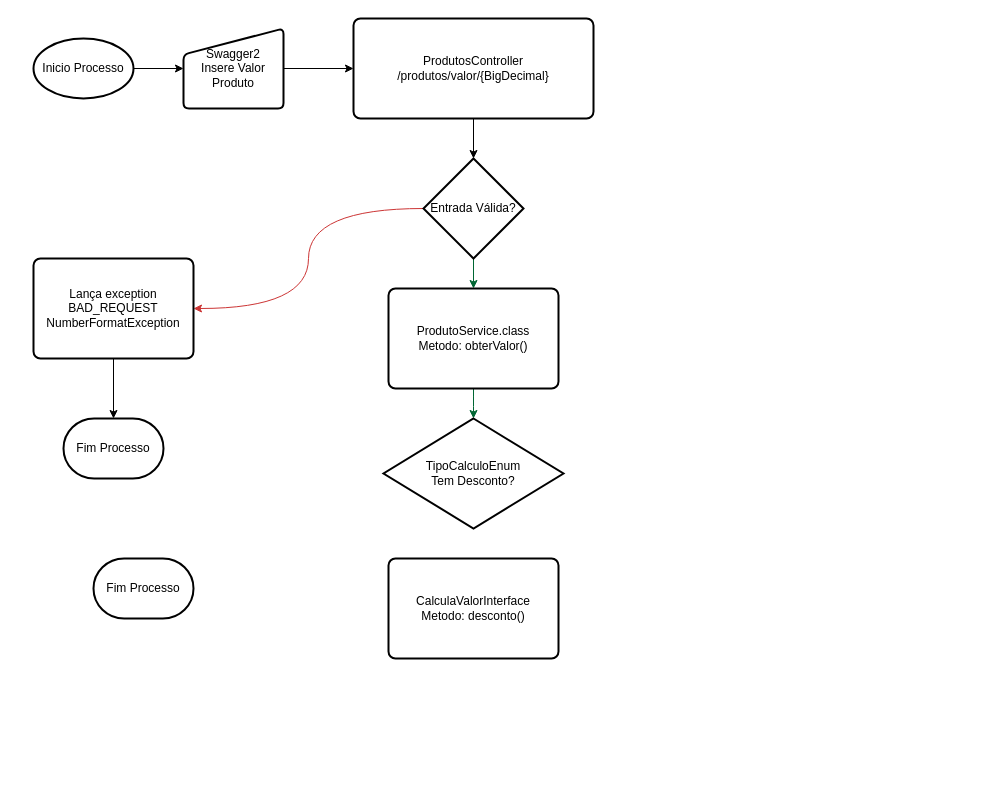
Above: fluxograma.drawio in brnSilva/audsat-teste (draw.io), before the change. Source tidied: cells renumbered, new cells numbered last; positions are measured from the earlier drawing's top-left corner, leaving out a move shared by most shapes. Both pictures are drawn from the tidied source at 100%, with x=0, y=0 at pixel (33, 18).
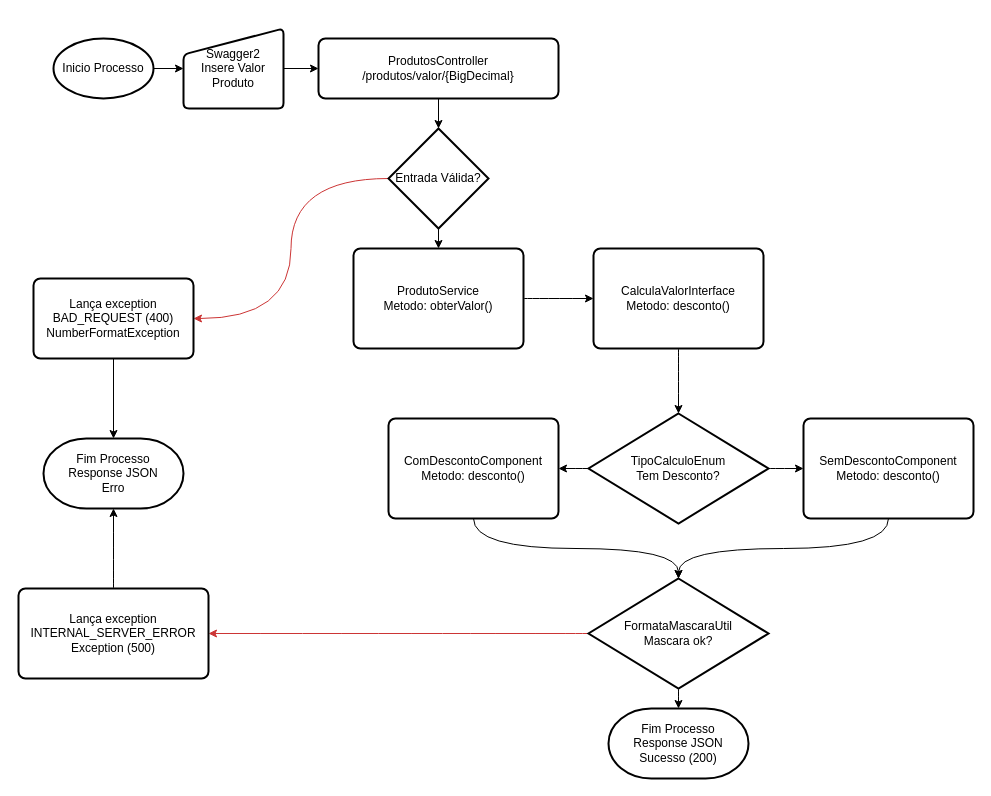
The same diagram, later.

Commit message:
fluxograma completo

Diff of the diagram source:
```diff
@@
     <mxCell id="3" value="Inicio Processo" style="strokeWidth=2;html=1;shape=mxgraph.flowchart.start_1;whiteSpace=wrap;" parent="1" vertex="1">
-      <mxGeometry y="20" width="100" height="60" as="geometry" />
+      <mxGeometry x="20" y="20" width="100" height="60" as="geometry" />
     </mxCell>
-    <mxCell id="4" value="Fim Processo" style="strokeWidth=2;html=1;shape=mxgraph.flowchart.terminator;whiteSpace=wrap;" parent="1" vertex="1">
-      <mxGeometry x="60" y="540" width="100" height="60" as="geometry" />
-    </mxCell>
@@
     <mxCell id="8" value="ProdutosController&lt;br&gt;/produtos/valor/{BigDecimal}" style="rounded=1;whiteSpace=wrap;html=1;absoluteArcSize=1;arcSize=14;strokeWidth=2;" parent="1" vertex="1">
-      <mxGeometry x="320" width="240" height="100" as="geometry" />
+      <mxGeometry x="285" y="20" width="240" height="60" as="geometry" />
     </mxCell>
@@
-    <mxCell id="10" style="edgeStyle=orthogonalEdgeStyle;rounded=0;jettySize=auto;html=1;exitX=0.5;exitY=1;exitDx=0;exitDy=0;exitPerimeter=0;entryX=0.5;entryY=0;entryDx=0;entryDy=0;strokeColor=#006633;" parent="1" edge="1" source="11" target="16">
+    <mxCell id="10" style="edgeStyle=orthogonalEdgeStyle;rounded=0;jettySize=auto;html=1;exitX=0.5;exitY=1;exitDx=0;exitDy=0;exitPerimeter=0;entryX=0.5;entryY=0;entryDx=0;entryDy=0;" parent="1" edge="1" source="11" target="16">
       <mxGeometry relative="1" as="geometry" />
     </mxCell>
     <mxCell id="11" value="Entrada Válida?" style="strokeWidth=2;html=1;shape=mxgraph.flowchart.decision;whiteSpace=wrap;" parent="1" vertex="1">
-      <mxGeometry x="390" y="140" width="100" height="100" as="geometry" />
+      <mxGeometry x="355" y="110" width="100" height="100" as="geometry" />
     </mxCell>
-    <mxCell id="12" value="Fim Processo" style="strokeWidth=2;html=1;shape=mxgraph.flowchart.terminator;whiteSpace=wrap;" parent="1" vertex="1">
-      <mxGeometry x="30" y="400" width="100" height="60" as="geometry" />
+    <mxCell id="12" value="Fim Processo&lt;br&gt;Response JSON&lt;br&gt;Erro" style="strokeWidth=2;html=1;shape=mxgraph.flowchart.terminator;whiteSpace=wrap;" parent="1" vertex="1">
+      <mxGeometry x="10" y="420" width="140" height="70" as="geometry" />
     </mxCell>
@@
-    <mxCell id="14" value="Lança exception BAD_REQUEST&lt;br&gt;NumberFormatException" style="rounded=1;whiteSpace=wrap;html=1;absoluteArcSize=1;arcSize=14;strokeWidth=2;" parent="1" vertex="1">
-      <mxGeometry y="240" width="160" height="100" as="geometry" />
+    <mxCell id="14" value="Lança exception BAD_REQUEST (400)&lt;br&gt;NumberFormatException" style="rounded=1;whiteSpace=wrap;html=1;absoluteArcSize=1;arcSize=14;strokeWidth=2;" parent="1" vertex="1">
+      <mxGeometry y="260" width="160" height="80" as="geometry" />
     </mxCell>
-    <mxCell id="15" style="edgeStyle=orthogonalEdgeStyle;curved=1;jettySize=auto;html=1;exitX=0.5;exitY=1;exitDx=0;exitDy=0;strokeColor=#006633;" parent="1" edge="1" source="16" target="17">
-      <mxGeometry relative="1" as="geometry" />
-    </mxCell>
+    <mxCell id="19" style="edgeStyle=orthogonalEdgeStyle;curved=1;jettySize=auto;html=1;exitX=1;exitY=0.5;exitDx=0;exitDy=0;entryX=0;entryY=0.5;entryDx=0;entryDy=0;" parent="1" edge="1" source="16" target="18">
+      <mxGeometry relative="1" as="geometry" />
+    </mxCell>
-    <mxCell id="16" value="ProdutoService.class&lt;br&gt;Metodo: obterValor()" style="rounded=1;whiteSpace=wrap;html=1;absoluteArcSize=1;arcSize=14;strokeWidth=2;" parent="1" vertex="1">
-      <mxGeometry x="355" y="270" width="170" height="100" as="geometry" />
+    <mxCell id="16" value="ProdutoService&lt;br&gt;Metodo: obterValor()" style="rounded=1;whiteSpace=wrap;html=1;absoluteArcSize=1;arcSize=14;strokeWidth=2;" parent="1" vertex="1">
+      <mxGeometry x="320" y="230" width="170" height="100" as="geometry" />
     </mxCell>
+    <mxCell id="20" style="edgeStyle=orthogonalEdgeStyle;curved=1;jettySize=auto;html=1;exitX=0;exitY=0.5;exitDx=0;exitDy=0;exitPerimeter=0;entryX=1;entryY=0.5;entryDx=0;entryDy=0;" parent="1" edge="1" source="17" target="24">
+      <mxGeometry relative="1" as="geometry" />
+    </mxCell>
+    <mxCell id="21" style="edgeStyle=orthogonalEdgeStyle;curved=1;jettySize=auto;html=1;exitX=1;exitY=0.5;exitDx=0;exitDy=0;exitPerimeter=0;entryX=0;entryY=0.5;entryDx=0;entryDy=0;" parent="1" edge="1" source="17" target="26">
+      <mxGeometry relative="1" as="geometry" />
+    </mxCell>
     <mxCell id="17" value="TipoCalculoEnum&lt;br&gt;Tem Desconto?" style="strokeWidth=2;html=1;shape=mxgraph.flowchart.decision;whiteSpace=wrap;" parent="1" vertex="1">
-      <mxGeometry x="350" y="400" width="180" height="110" as="geometry" />
+      <mxGeometry x="555" y="395" width="180" height="110" as="geometry" />
     </mxCell>
+    <mxCell id="22" style="edgeStyle=orthogonalEdgeStyle;curved=1;jettySize=auto;html=1;exitX=0.5;exitY=1;exitDx=0;exitDy=0;entryX=0.5;entryY=0;entryDx=0;entryDy=0;entryPerimeter=0;strokeColor=#000000;" parent="1" edge="1" source="18" target="17">
+      <mxGeometry relative="1" as="geometry" />
+    </mxCell>
     <mxCell id="18" value="CalculaValorInterface&lt;br&gt;Metodo:&amp;nbsp;desconto()" style="rounded=1;whiteSpace=wrap;html=1;absoluteArcSize=1;arcSize=14;strokeWidth=2;" parent="1" vertex="1">
-      <mxGeometry x="355" y="540" width="170" height="100" as="geometry" />
+      <mxGeometry x="560" y="230" width="170" height="100" as="geometry" />
     </mxCell>
+    <mxCell id="23" style="edgeStyle=orthogonalEdgeStyle;curved=1;jettySize=auto;html=1;exitX=0.5;exitY=1;exitDx=0;exitDy=0;entryX=0.5;entryY=0;entryDx=0;entryDy=0;entryPerimeter=0;strokeColor=#000000;" parent="1" edge="1" source="24" target="29">
+      <mxGeometry relative="1" as="geometry" />
+    </mxCell>
+    <mxCell id="24" value="ComDescontoComponent&lt;br&gt;Metodo:&amp;nbsp;desconto()" style="rounded=1;whiteSpace=wrap;html=1;absoluteArcSize=1;arcSize=14;strokeWidth=2;" parent="1" vertex="1">
+      <mxGeometry x="355" y="400" width="170" height="100" as="geometry" />
+    </mxCell>
+    <mxCell id="25" style="edgeStyle=orthogonalEdgeStyle;curved=1;jettySize=auto;html=1;exitX=0.5;exitY=1;exitDx=0;exitDy=0;entryX=0.5;entryY=0;entryDx=0;entryDy=0;entryPerimeter=0;strokeColor=#000000;" parent="1" edge="1" source="26" target="29">
+      <mxGeometry relative="1" as="geometry" />
+    </mxCell>
+    <mxCell id="26" value="SemDescontoComponent&lt;br&gt;Metodo:&amp;nbsp;desconto()" style="rounded=1;whiteSpace=wrap;html=1;absoluteArcSize=1;arcSize=14;strokeWidth=2;" parent="1" vertex="1">
+      <mxGeometry x="770" y="400" width="170" height="100" as="geometry" />
+    </mxCell>
+    <mxCell id="27" style="edgeStyle=orthogonalEdgeStyle;curved=1;jettySize=auto;html=1;exitX=0;exitY=0.5;exitDx=0;exitDy=0;exitPerimeter=0;strokeColor=#CC3535;" parent="1" edge="1" source="29" target="31">
+      <mxGeometry relative="1" as="geometry" />
+    </mxCell>
+    <mxCell id="28" style="edgeStyle=orthogonalEdgeStyle;curved=1;jettySize=auto;html=1;exitX=0.5;exitY=1;exitDx=0;exitDy=0;exitPerimeter=0;entryX=0.5;entryY=0;entryDx=0;entryDy=0;entryPerimeter=0;strokeColor=#000000;" parent="1" edge="1" source="29" target="32">
+      <mxGeometry relative="1" as="geometry" />
+    </mxCell>
+    <mxCell id="29" value="FormataMascaraUtil&lt;br&gt;Mascara ok?" style="strokeWidth=2;html=1;shape=mxgraph.flowchart.decision;whiteSpace=wrap;" parent="1" vertex="1">
+      <mxGeometry x="555" y="560" width="180" height="110" as="geometry" />
+    </mxCell>
+    <mxCell id="30" style="edgeStyle=orthogonalEdgeStyle;curved=1;jettySize=auto;html=1;entryX=0.5;entryY=1;entryDx=0;entryDy=0;entryPerimeter=0;strokeColor=#000000;" parent="1" edge="1" source="31" target="12">
+      <mxGeometry relative="1" as="geometry" />
+    </mxCell>
+    <mxCell id="31" value="Lança exception INTERNAL_SERVER_ERROR&lt;br&gt;Exception (500)" style="rounded=1;whiteSpace=wrap;html=1;absoluteArcSize=1;arcSize=14;strokeWidth=2;" parent="1" vertex="1">
+      <mxGeometry x="-15" y="570" width="190" height="90" as="geometry" />
+    </mxCell>
+    <mxCell id="32" value="Fim Processo&lt;br&gt;Response JSON&lt;br&gt;Sucesso (200)" style="strokeWidth=2;html=1;shape=mxgraph.flowchart.terminator;whiteSpace=wrap;" parent="1" vertex="1">
+      <mxGeometry x="575" y="690" width="140" height="70" as="geometry" />
+    </mxCell>
```
